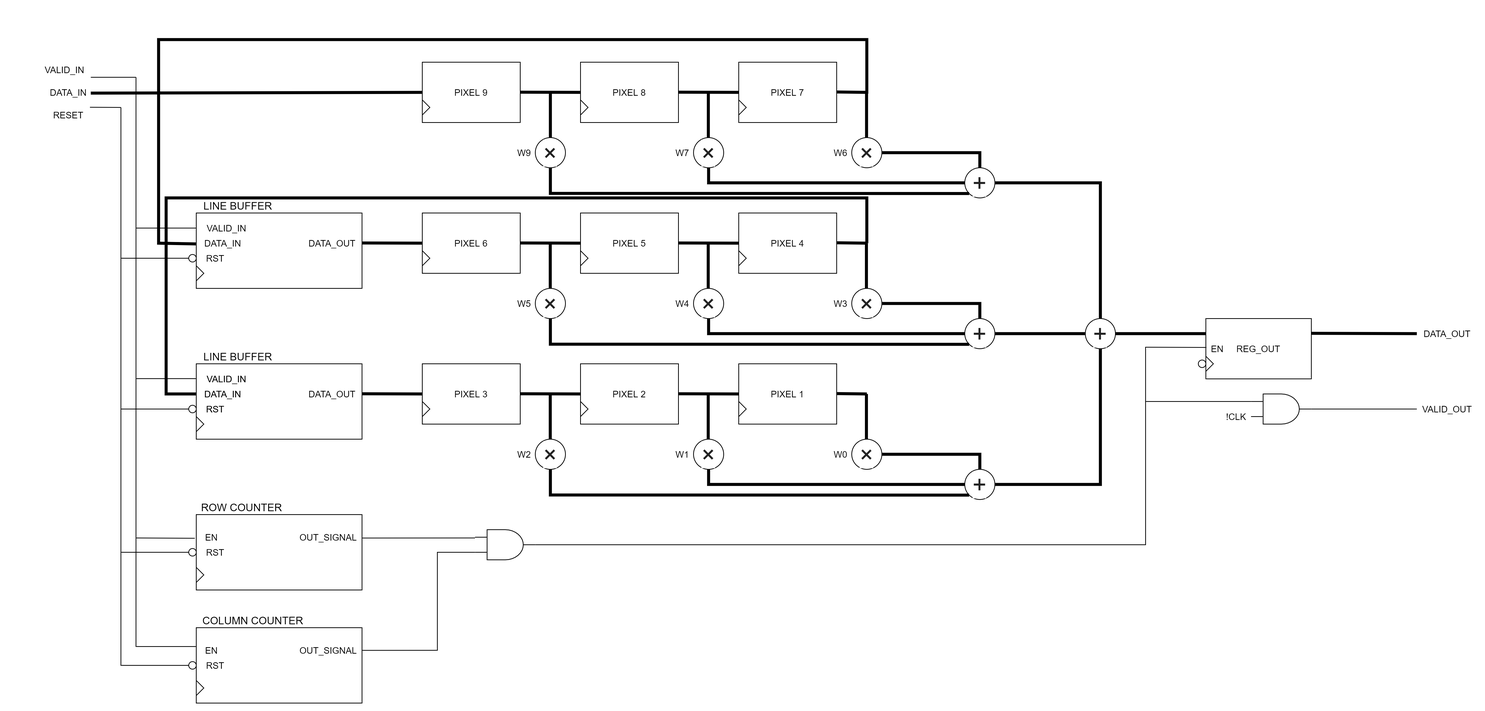
Earlier version of the draw.io export Project/src/rtl/conv2d3x3/Conv_Unit_Diagram-Official.png (hohaicongthuan/0x55AA). Source tidied: cells renumbered, new cells last; positions are measured from the earlier drawing's top-left corner, leaving out a move shared by most shapes.
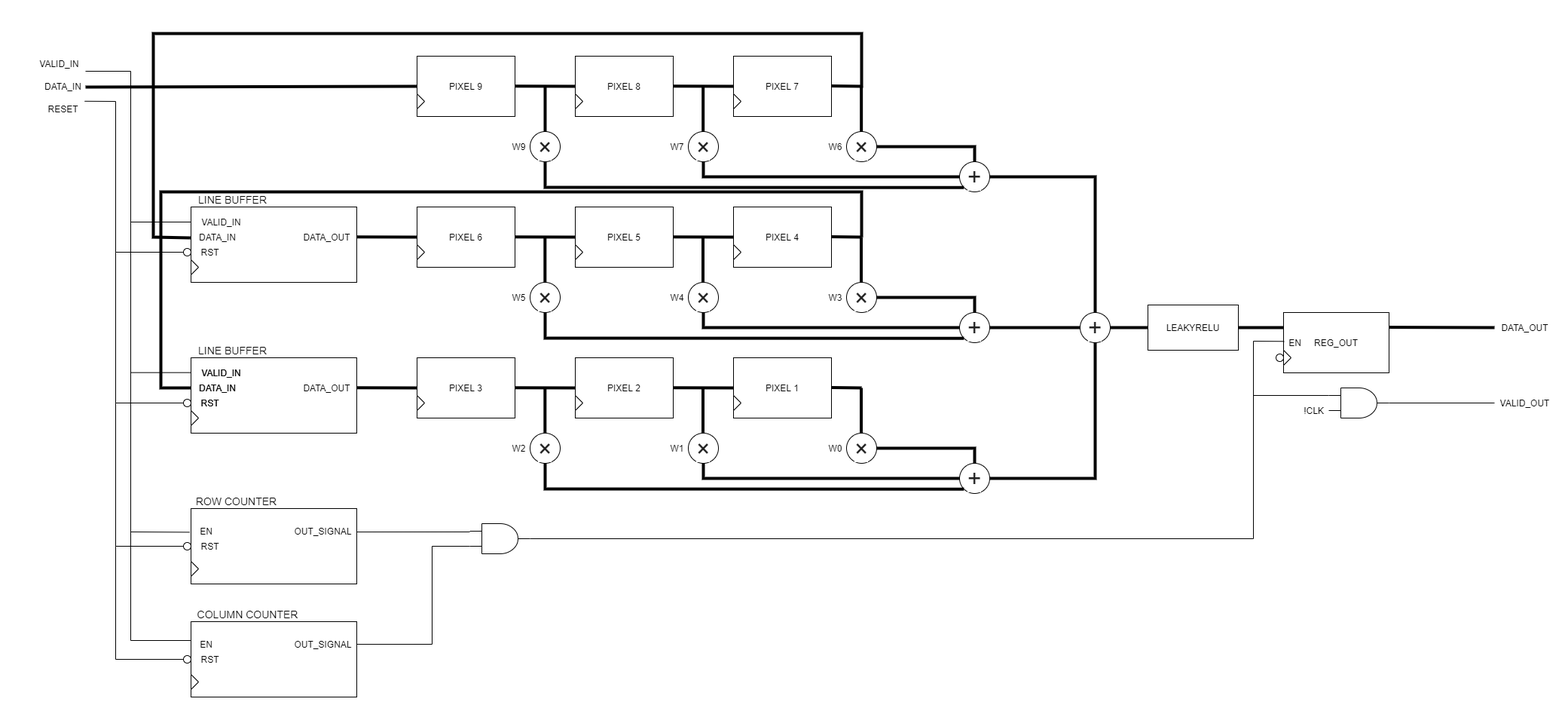
The same file after the commit.

What changed in the source:
```diff
@@ -348,10 +348,8 @@
         </Array>
       </mxGeometry>
     </mxCell>
-    <mxCell id="72" style="endArrow=none;html=1;strokeWidth=4;exitX=1;exitY=0.5;exitDx=0;exitDy=0;" parent="1" edge="1" source="68">
-      <mxGeometry relative="1" as="geometry">
-        <mxPoint x="1550" y="390" as="targetPoint" />
-      </mxGeometry>
+    <mxCell id="72" style="endArrow=none;html=1;strokeWidth=4;exitX=1;exitY=0.5;exitDx=0;exitDy=0;entryX=0;entryY=0.5;entryDx=0;entryDy=0;" parent="1" edge="1" source="68" target="139">
+      <mxGeometry relative="1" as="geometry" />
     </mxCell>
     <mxCell id="73" style="triangle;whiteSpace=wrap;html=1;" parent="1" vertex="1">
       <mxGeometry x="510" y="80" width="10" height="20" as="geometry" />
@@ -425,10 +423,10 @@
       <mxGeometry x="10" y="90" width="60" height="20" as="geometry" />
     </mxCell>
     <mxCell id="92" value="REG_OUT" style="rounded=0;whiteSpace=wrap;html=1;" parent="1" vertex="1">
-      <mxGeometry x="1550" y="370" width="140" height="80" as="geometry" />
+      <mxGeometry x="1660" y="370" width="140" height="80" as="geometry" />
     </mxCell>
     <mxCell id="93" style="triangle;whiteSpace=wrap;html=1;" parent="1" vertex="1">
-      <mxGeometry x="1550" y="420" width="10" height="20" as="geometry" />
+      <mxGeometry x="1660" y="420" width="10" height="20" as="geometry" />
     </mxCell>
     <mxCell id="94" style="rounded=0;whiteSpace=wrap;html=1;" parent="1" vertex="1">
       <mxGeometry x="210" y="630" width="220" height="100" as="geometry" />
@@ -458,12 +456,12 @@
       <mxGeometry x="200" y="675" width="10" height="10" as="geometry" />
     </mxCell>
     <mxCell id="103" value="EN" style="text;html=1;align=center;verticalAlign=middle;points=[];strokeColor=none;" parent="1" vertex="1">
-      <mxGeometry x="1550" y="400" width="30" height="20" as="geometry" />
+      <mxGeometry x="1660" y="400" width="30" height="20" as="geometry" />
     </mxCell>
     <mxCell id="104" style="endArrow=none;html=1;strokeWidth=4;exitX=1;exitY=0.5;exitDx=0;exitDy=0;" parent="1" edge="1">
       <mxGeometry relative="1" as="geometry">
-        <mxPoint x="1690" y="389.6" as="sourcePoint" />
-        <mxPoint x="1830" y="390" as="targetPoint" />
+        <mxPoint x="1800" y="389.6" as="sourcePoint" />
+        <mxPoint x="1940" y="390" as="targetPoint" />
       </mxGeometry>
     </mxCell>
     <mxCell id="105" value="&lt;font style=&quot;font-size: 14px&quot;&gt;ROW COUNTER&lt;/font&gt;" style="text;html=1;align=center;verticalAlign=middle;strokeColor=none;" parent="1" vertex="1">
@@ -487,14 +485,14 @@
     </mxCell>
     <mxCell id="108" style="endArrow=none;html=1;strokeWidth=1;exitX=1;exitY=0.5;exitDx=0;exitDy=0;exitPerimeter=0;" parent="1" edge="1" source="133">
       <mxGeometry relative="1" as="geometry">
-        <mxPoint x="1830" y="490" as="targetPoint" />
+        <mxPoint x="1940" y="490" as="targetPoint" />
       </mxGeometry>
     </mxCell>
     <mxCell id="109" value="DATA_OUT" style="text;html=1;align=center;verticalAlign=middle;strokeColor=none;" parent="1" vertex="1">
-      <mxGeometry x="1830" y="380" width="80" height="20" as="geometry" />
+      <mxGeometry x="1940" y="380" width="80" height="20" as="geometry" />
     </mxCell>
     <mxCell id="110" value="VALID_OUT" style="text;html=1;align=center;verticalAlign=middle;strokeColor=none;" parent="1" vertex="1">
-      <mxGeometry x="1830" y="480" width="80" height="20" as="geometry" />
+      <mxGeometry x="1940" y="480" width="80" height="20" as="geometry" />
     </mxCell>
     <mxCell id="111" value="W0" style="text;html=1;align=center;verticalAlign=middle;strokeColor=none;" parent="1" vertex="1">
       <mxGeometry x="1050" y="540" width="30" height="20" as="geometry" />
@@ -561,7 +559,7 @@
       </mxGeometry>
     </mxCell>
     <mxCell id="129" style="ellipse;whiteSpace=wrap;html=1;" parent="1" vertex="1">
-      <mxGeometry x="1540" y="425" width="10" height="10" as="geometry" />
+      <mxGeometry x="1650" y="425" width="10" height="10" as="geometry" />
     </mxCell>
     <mxCell id="130" style="verticalLabelPosition=bottom;shadow=0;dashed=0;align=center;html=1;verticalAlign=top;shape=mxgraph.electrical.logic_gates.logic_gate;operation=and;" parent="1" vertex="1">
       <mxGeometry x="580" y="650" width="80" height="40" as="geometry" />
@@ -580,22 +578,22 @@
       </mxGeometry>
     </mxCell>
     <mxCell id="133" style="verticalLabelPosition=bottom;shadow=0;dashed=0;align=center;html=1;verticalAlign=top;shape=mxgraph.electrical.logic_gates.logic_gate;operation=and;" parent="1" vertex="1">
-      <mxGeometry x="1610" y="470" width="80" height="40" as="geometry" />
+      <mxGeometry x="1720" y="470" width="80" height="40" as="geometry" />
     </mxCell>
     <mxCell id="134" value="!CLK" style="text;html=1;align=center;verticalAlign=middle;strokeColor=none;" parent="1" vertex="1">
-      <mxGeometry x="1570" y="490" width="40" height="20" as="geometry" />
+      <mxGeometry x="1680" y="490" width="40" height="20" as="geometry" />
     </mxCell>
     <mxCell id="135" style="endArrow=none;html=1;exitX=1;exitY=0.5;exitDx=0;exitDy=0;exitPerimeter=0;entryX=0.025;entryY=0.415;entryDx=0;entryDy=0;entryPerimeter=0;rounded=0;" parent="1" edge="1" source="130" target="103">
       <mxGeometry relative="1" as="geometry">
         <Array as="points">
-          <mxPoint x="1470" y="670" />
-          <mxPoint x="1470" y="408" />
+          <mxPoint x="1620" y="670" />
+          <mxPoint x="1620" y="408" />
         </Array>
       </mxGeometry>
     </mxCell>
     <mxCell id="136" style="endArrow=none;html=1;entryX=0;entryY=0.25;entryDx=0;entryDy=0;entryPerimeter=0;" parent="1" edge="1" target="133">
       <mxGeometry relative="1" as="geometry">
-        <mxPoint x="1470" y="480" as="sourcePoint" />
+        <mxPoint x="1620" y="480" as="sourcePoint" />
       </mxGeometry>
     </mxCell>
     <mxCell id="137" style="endArrow=none;html=1;entryX=-0.002;entryY=0.2;entryDx=0;entryDy=0;entryPerimeter=0;" parent="1" edge="1" target="4">
@@ -609,5 +607,11 @@
         <mxPoint x="210" y="449.7" as="targetPoint" />
       </mxGeometry>
     </mxCell>
+    <mxCell id="139" value="LEAKYRELU" style="rounded=0;whiteSpace=wrap;html=1;" parent="1" vertex="1">
+      <mxGeometry x="1480" y="360" width="120" height="60" as="geometry" />
+    </mxCell>
+    <mxCell id="140" style="endArrow=none;html=1;strokeWidth=4;exitX=1;exitY=0.5;exitDx=0;exitDy=0;entryX=0;entryY=0.25;entryDx=0;entryDy=0;" parent="1" edge="1" source="139" target="92">
+      <mxGeometry relative="1" as="geometry" />
+    </mxCell>
   </root>
 </mxGraphModel>
```
